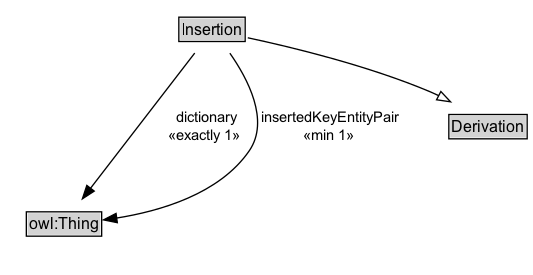
The Graphviz diagram docs/diagrams/Insertion.dot.png in k-vaughn/ontology-import-prov, before a commit. Its source is kept beside it as docs/diagrams/Insertion.dot.
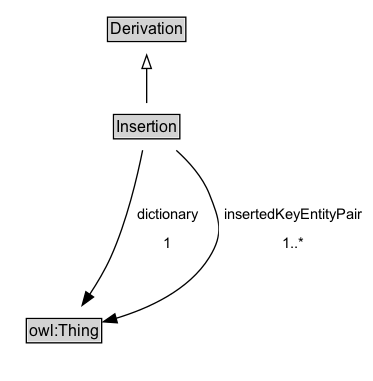
Above is the later version.

The edit, as a diff of the source:
```diff
@@ -2,6 +2,10 @@
 	graph [overlap=false rankdir=TB splines=true]
 	node [fontname=Arial fontsize=12 margin=0 shape=none]
 	edge [fontname=Arial fontsize=11]
+	{
+		rank=source
+		Derivation [label=<<TABLE BORDER="1" CELLBORDER="0" CELLSPACING="0" CELLPADDING="1"><TR><TD BGCOLOR="lightgray" ALIGN="CENTER">Derivation</TD></TR></TABLE>> URL="../Derivation" margin=0]
+	}
 	Insertion [label=<<TABLE BORDER="1" CELLBORDER="0" CELLSPACING="0" CELLPADDING="1"><TR><TD BGCOLOR="lightgray" ALIGN="CENTER">Insertion</TD></TR></TABLE>> URL="../Insertion" margin=0]
 	{
 		rank=max
@@ -9,14 +13,12 @@
 	subgraph cluster_associated {
 		label="" style=invis
 		Invis [label=<<TABLE BORDER="0" CELLBORDER="0" CELLSPACING="0" CELLPADDING="1"><TR><TD></TD></TR></TABLE>> margin=0 style=invis]
-		owl_Thing [label=<<TABLE BORDER="1" CELLBORDER="0" CELLSPACING="0" CELLPADDING="1"><TR><TD BGCOLOR="lightgray" ALIGN="CENTER">owl:Thing</TD></TR></TABLE>> URL="https://w3id.org/citydata/imported/owl/Thing" margin=0]
+		owl_Thing [label=<<TABLE BORDER="1" CELLBORDER="0" CELLSPACING="0" CELLPADDING="1"><TR><TD BGCOLOR="lightgray" ALIGN="CENTER">owl:Thing</TD></TR></TABLE>> URL="https://w3id.org/citydata/imported/owl/latest/Thing" margin=0]
 	}
-	Derivation [label=<<TABLE BORDER="1" CELLBORDER="0" CELLSPACING="0" CELLPADDING="1"><TR><TD BGCOLOR="lightgray" ALIGN="CENTER">Derivation</TD></TR></TABLE>> URL="../Derivation" margin=0]
 	Insertion -> Derivation [arrowhead=onormal style=solid]
 	Insertion -> Invis [style=invis]
 	Invis -> owl_Thing [style=invis]
-	Insertion -> owl_Thing [label=" dictionary
- «exactly 1»  " arrowhead=normal style=solid]
-	Insertion -> owl_Thing [label=" insertedKeyEntityPair
- «min 1»  " arrowhead=normal style=solid]
+	owl_Thing [label=<<TABLE BORDER="1" CELLBORDER="0" CELLSPACING="0" CELLPADDING="1"><TR><TD BGCOLOR="lightgray" ALIGN="CENTER">owl:Thing</TD></TR></TABLE>> URL="https://w3id.org/citydata/imported/owl/latest/Thing" margin=0]
+	Insertion -> owl_Thing [label=<<TABLE BORDER="0" CELLBORDER="0" CELLSPACING="0" CELLPADDING="4" BGCOLOR="white"><TR><TD ALIGN="CENTER">dictionary</TD></TR><TR><TD ALIGN="CENTER">1</TD></TR></TABLE>> arrowhead=normal style=solid]
+	Insertion -> owl_Thing [label=<<TABLE BORDER="0" CELLBORDER="0" CELLSPACING="0" CELLPADDING="4" BGCOLOR="white"><TR><TD ALIGN="CENTER">insertedKeyEntityPair</TD></TR><TR><TD ALIGN="CENTER">1..*</TD></TR></TABLE>> arrowhead=normal style=solid]
 }
```
